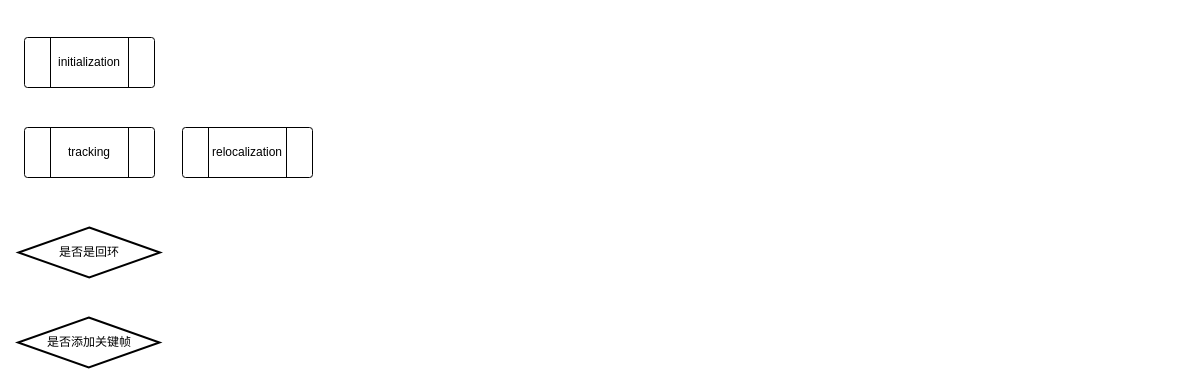
The draw.io diagram page "流程图" (2 of 4) of uco-slam.drawio in younguper/VNOTE, before the edit. Source tidied: cells renumbered, new cells numbered last; positions are measured from the earlier drawing's top-left corner, leaving out a move shared by most shapes. Both pictures are drawn from the tidied source at 100%, with x=0, y=0 at pixel (18, 37).
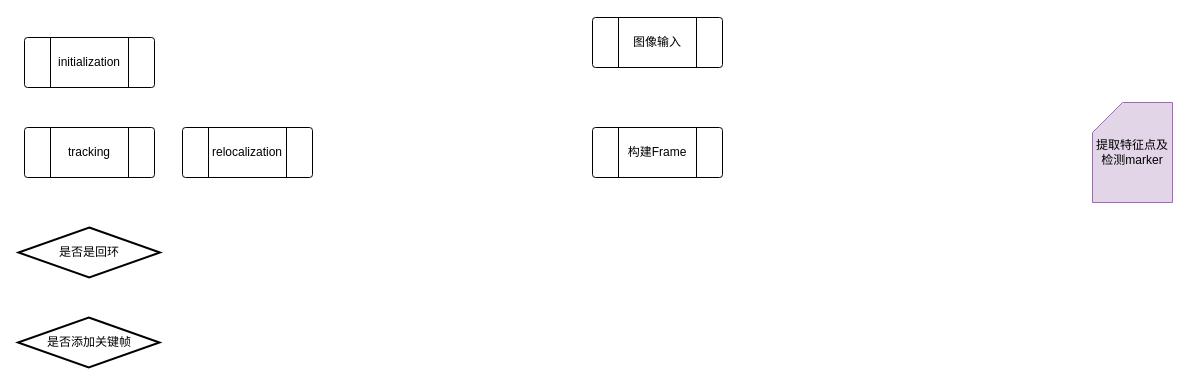
After the change.

Diff of the diagram source:
```diff
@@
 <mxGraphModel>
   <root>
     <mxCell id="0" />
     <mxCell id="1" parent="0" />
     <mxCell id="2" value="initialization" style="verticalLabelPosition=middle;verticalAlign=middle;html=1;shape=process;whiteSpace=wrap;rounded=1;size=0.2;arcSize=6;labelPosition=center;align=center;" parent="1" vertex="1">
       <mxGeometry x="6" width="130" height="50" as="geometry" />
     </mxCell>
     <mxCell id="3" value="relocalization" style="verticalLabelPosition=middle;verticalAlign=middle;html=1;shape=process;whiteSpace=wrap;rounded=1;size=0.2;arcSize=6;labelPosition=center;align=center;" parent="1" vertex="1">
       <mxGeometry x="164" y="90" width="130" height="50" as="geometry" />
     </mxCell>
     <mxCell id="4" value="tracking" style="verticalLabelPosition=middle;verticalAlign=middle;html=1;shape=process;whiteSpace=wrap;rounded=1;size=0.2;arcSize=6;labelPosition=center;align=center;" parent="1" vertex="1">
       <mxGeometry x="6" y="90" width="130" height="50" as="geometry" />
     </mxCell>
     <mxCell id="5" value="是否是回环" style="strokeWidth=2;html=1;shape=mxgraph.flowchart.decision;whiteSpace=wrap;fontSize=12;" parent="1" vertex="1">
       <mxGeometry y="190" width="141.5" height="50" as="geometry" />
     </mxCell>
     <mxCell id="6" value="是否添加关键帧" style="strokeWidth=2;html=1;shape=mxgraph.flowchart.decision;whiteSpace=wrap;fontSize=12;" parent="1" vertex="1">
       <mxGeometry x="-0.5" y="280" width="141.5" height="50" as="geometry" />
     </mxCell>
+    <mxCell id="7" value="图像输入" style="verticalLabelPosition=middle;verticalAlign=middle;html=1;shape=process;whiteSpace=wrap;rounded=1;size=0.2;arcSize=6;labelPosition=center;align=center;" parent="1" vertex="1">
+      <mxGeometry x="574" y="-20" width="130" height="50" as="geometry" />
+    </mxCell>
+    <mxCell id="8" value="构建Frame" style="verticalLabelPosition=middle;verticalAlign=middle;html=1;shape=process;whiteSpace=wrap;rounded=1;size=0.2;arcSize=6;labelPosition=center;align=center;" parent="1" vertex="1">
+      <mxGeometry x="574" y="90" width="130" height="50" as="geometry" />
+    </mxCell>
+    <mxCell id="9" value="提取特征点及检测marker&lt;br&gt;" style="shape=card;whiteSpace=wrap;html=1;fontFamily=Helvetica;fillColor=#e1d5e7;strokeColor=#9673a6;" parent="1" vertex="1">
+      <mxGeometry x="1074" y="65" width="80" height="100" as="geometry" />
+    </mxCell>
   </root>
 </mxGraphModel>
```
